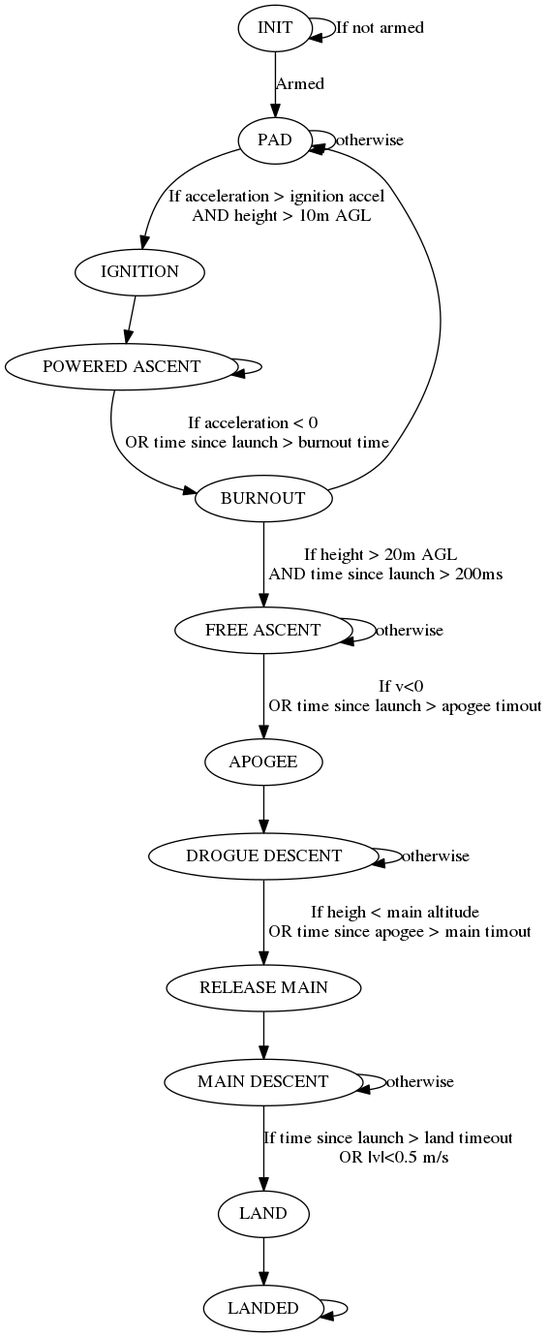
Above: m3fc/state_graph/labelled.png in cuspaceflight/m3-avionics (Graphviz), before the change. Its source is kept beside it as m3fc/state_graph/labelled.dot. The source it was exported from:
```dot
digraph {
  INIT -> INIT [label="If not armed"];
  INIT -> PAD [label="Armed"];
  PAD -> PAD[label="otherwise"];
  PAD -> IGNITION[label="If acceleration > ignition accel \n AND height > 10m AGL"];
  IGNITION -> "POWERED ASCENT";
  "POWERED ASCENT" ->  "POWERED ASCENT";
  "POWERED ASCENT" -> BURNOUT [label="If acceleration < 0 \n OR time since launch > burnout time"];
  BURNOUT -> PAD
  BURNOUT -> "FREE ASCENT" [label="If height > 20m AGL \n AND time since launch > 200ms"];
  "FREE ASCENT" -> "FREE ASCENT" [label="otherwise"];
  "FREE ASCENT" -> APOGEE[label="If v<0 \n OR time since launch > apogee timout"];
  APOGEE -> "DROGUE DESCENT";
  "DROGUE DESCENT" -> "RELEASE MAIN"[label="If heigh < main altitude \n OR time since apogee > main timout"];
  "DROGUE DESCENT" -> "DROGUE DESCENT"[label="otherwise"];
  "RELEASE MAIN" -> "MAIN DESCENT";
  "MAIN DESCENT" -> "MAIN DESCENT"[label="otherwise"];
  "MAIN DESCENT" -> LAND[label="If time since launch > land timeout \n OR |v|<0.5 m/s"];
  LAND -> LANDED;
  LANDED -> LANDED;
  }
```
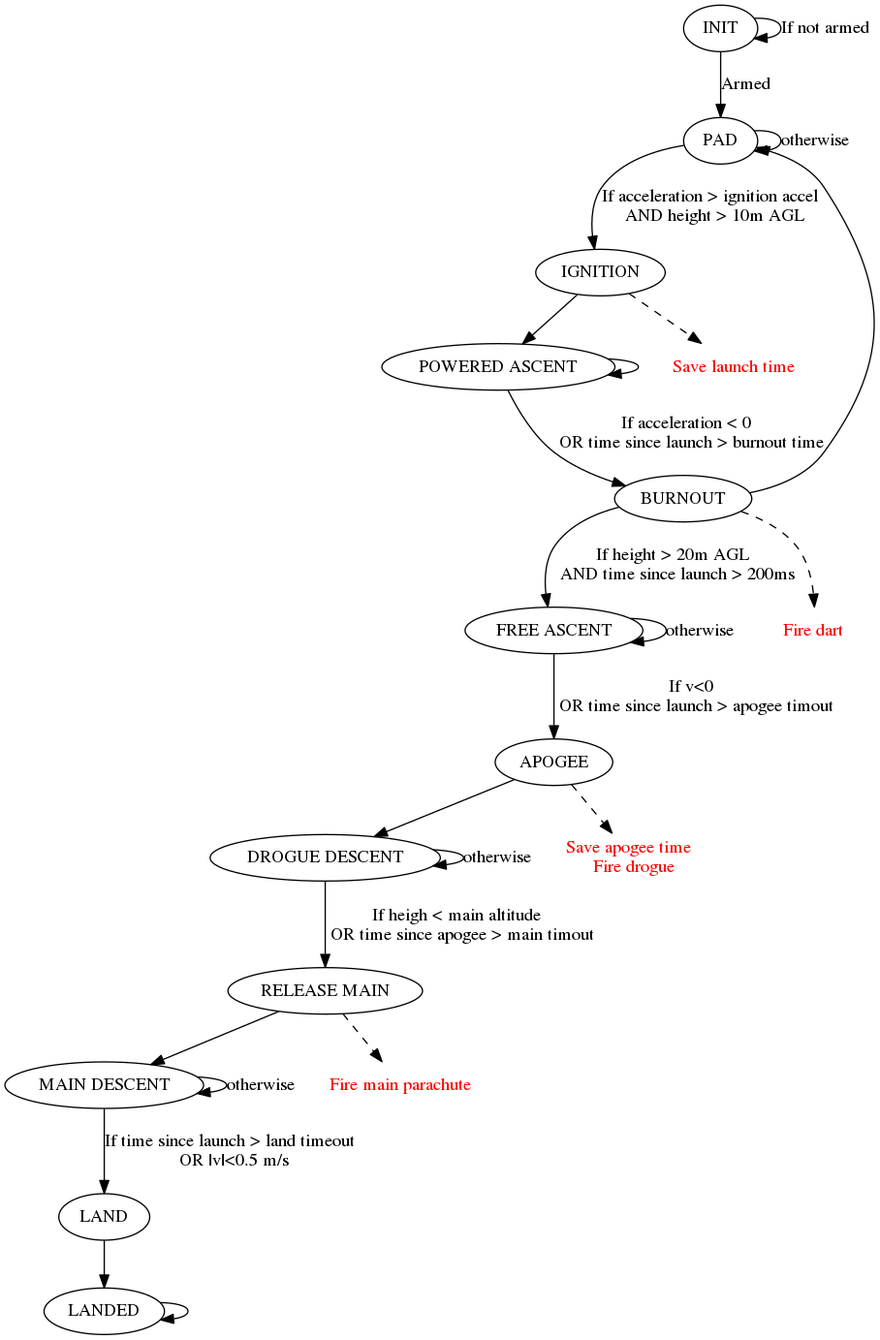
After the commit.

Commit message:
Added notes for when pyrotechnics happen and times are logged.

What changed in the source:
```diff
@@ -18,4 +18,10 @@
   "MAIN DESCENT" -> LAND[label="If time since launch > land timeout \n OR |v|<0.5 m/s"];
   LAND -> LANDED;
   LANDED -> LANDED;
+  node [shape=plaintext, fontcolor=red];
+  edge [style=dashed];
+  IGNITION -> "Save launch time";
+  BURNOUT -> "Fire dart";
+  APOGEE -> "Save apogee time \n Fire drogue";
+  "RELEASE MAIN" -> "Fire main parachute";
   }
```
